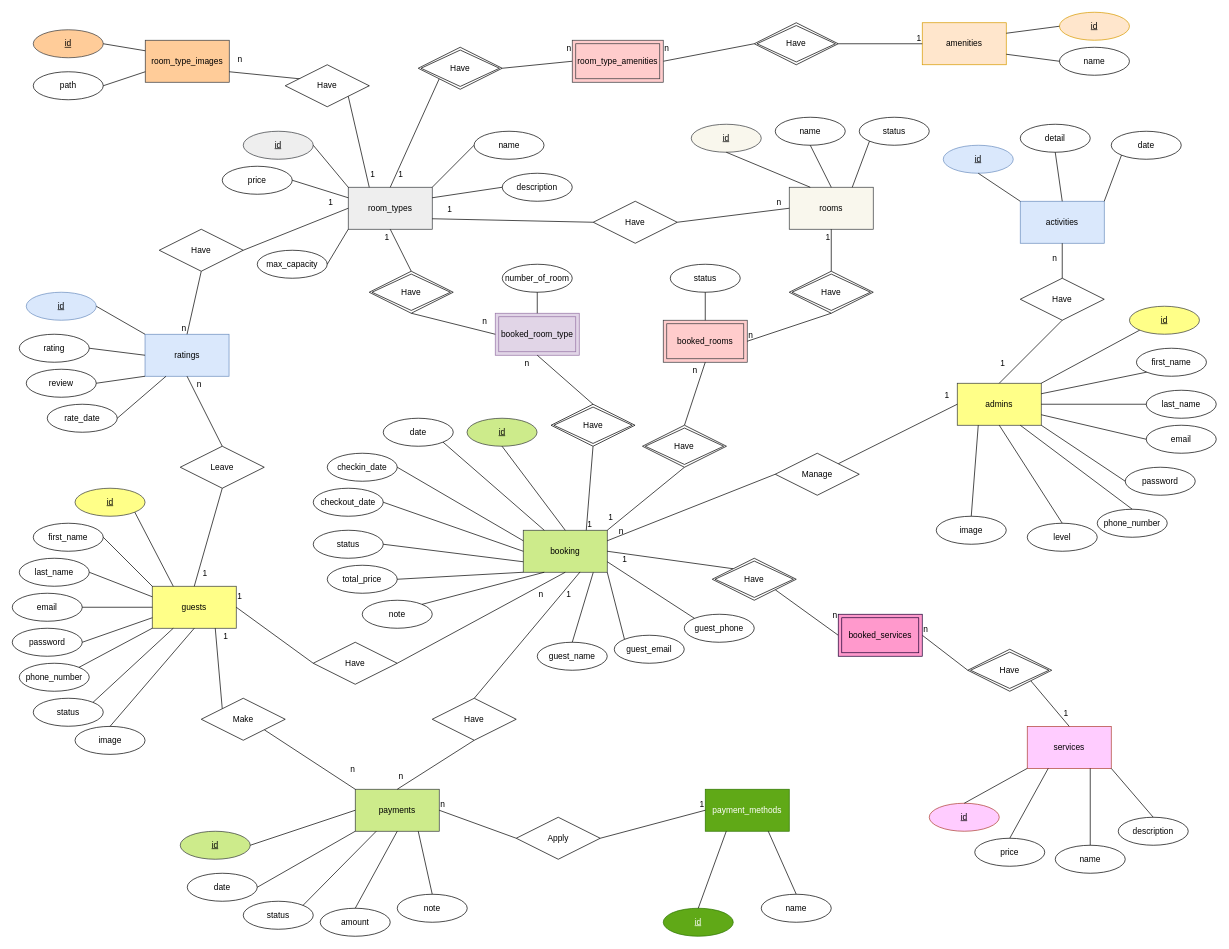
Earlier version of the draw.io diagram db_design/hotel_project2.drawio (tamgtasa2611/hotel_project2). Source tidied: cells renumbered, new cells numbered last; positions are measured from the earlier drawing's top-left corner, leaving out a move shared by most shapes. Both pictures are drawn from the tidied source at 70%, with x=0, y=0 at pixel (12, 12).
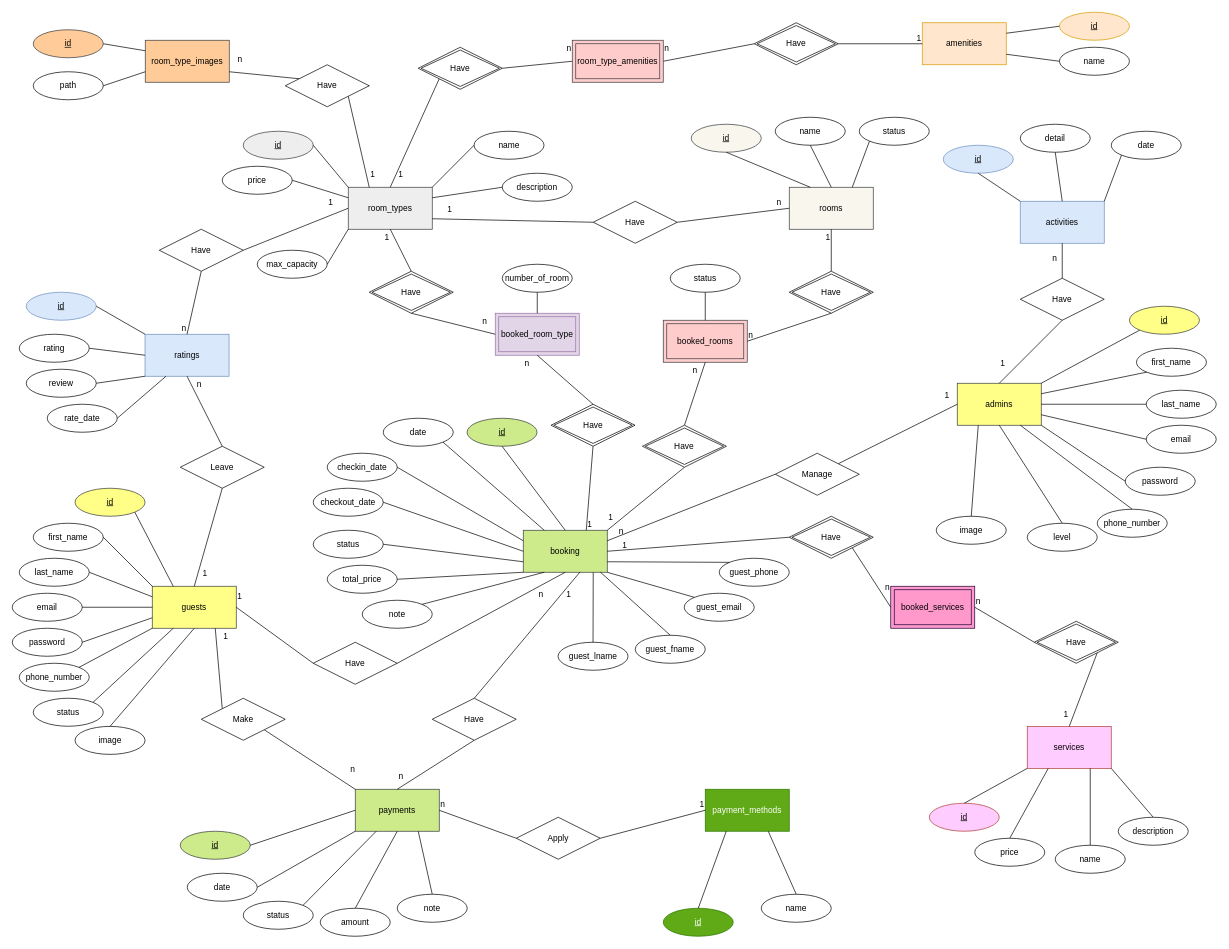
The same diagram, later.

The change refers to these unchanged cells:
```xml
<mxCell id="7" value="booking" style="rounded=0;whiteSpace=wrap;html=1;fillColor=#cdeb8b;strokeColor=#36393d;" parent="1" vertex="1">
  <mxGeometry x="730" y="740" width="120" height="60" as="geometry" />
</mxCell>
```

Diff of the diagram source:
```diff
@@
-    <mxCell id="164" style="endArrow=none;html=1;rounded=0;entryX=0;entryY=0;entryDx=0;entryDy=0;exitX=1;exitY=0.5;exitDx=0;exitDy=0;" parent="1" edge="1" source="7" target="190">
+    <mxCell id="164" style="endArrow=none;html=1;rounded=0;entryX=0;entryY=0.5;entryDx=0;entryDy=0;exitX=1;exitY=0.5;exitDx=0;exitDy=0;" parent="1" edge="1" source="7" target="190">
       <mxGeometry relative="1" as="geometry" />
     </mxCell>
     <mxCell id="165" value="1" style="html=1;whiteSpace=wrap;align=left;verticalAlign=bottom;" parent="164" vertex="1">
       <mxGeometry x="-1" relative="1" as="geometry">
-        <mxPoint x="20" y="20" as="offset" />
+        <mxPoint x="20" as="offset" />
       </mxGeometry>
     </mxCell>
@@
     <mxCell id="187" value="booked_services" style="shape=ext;margin=3;double=1;whiteSpace=wrap;html=1;align=center;fillColor=#ff99cc;strokeColor=#190033;" parent="1" vertex="1">
-      <mxGeometry x="1180" y="860" width="120" height="60" as="geometry" />
+      <mxGeometry x="1255" y="820" width="120" height="60" as="geometry" />
     </mxCell>
@@
     <mxCell id="190" value="Have" style="shape=rhombus;double=1;perimeter=rhombusPerimeter;whiteSpace=wrap;html=1;align=center;" parent="1" vertex="1">
-      <mxGeometry x="1000" y="780" width="120" height="60" as="geometry" />
+      <mxGeometry x="1110" y="720" width="120" height="60" as="geometry" />
     </mxCell>
     <mxCell id="191" value="Have" style="shape=rhombus;double=1;perimeter=rhombusPerimeter;whiteSpace=wrap;html=1;align=center;" parent="1" vertex="1">
-      <mxGeometry x="1365" y="910" width="120" height="60" as="geometry" />
+      <mxGeometry x="1460" y="870" width="120" height="60" as="geometry" />
     </mxCell>
@@
-    <mxCell id="219" value="guest_name" style="ellipse;whiteSpace=wrap;html=1;align=center;" parent="1" vertex="1">
-      <mxGeometry x="750" y="900" width="100" height="40" as="geometry" />
+    <mxCell id="219" value="guest_lname" style="ellipse;whiteSpace=wrap;html=1;align=center;" parent="1" vertex="1">
+      <mxGeometry x="779.7" y="900" width="100" height="40" as="geometry" />
     </mxCell>
     <mxCell id="220" value="guest_email" style="ellipse;whiteSpace=wrap;html=1;align=center;" parent="1" vertex="1">
-      <mxGeometry x="860" y="890" width="100" height="40" as="geometry" />
+      <mxGeometry x="960" y="830" width="100" height="40" as="geometry" />
     </mxCell>
     <mxCell id="221" value="guest_phone" style="ellipse;whiteSpace=wrap;html=1;align=center;" parent="1" vertex="1">
-      <mxGeometry x="960" y="860" width="100" height="40" as="geometry" />
+      <mxGeometry x="1010" y="780" width="100" height="40" as="geometry" />
     </mxCell>
@@
+    <mxCell id="225" value="guest_fname" style="ellipse;whiteSpace=wrap;html=1;align=center;" parent="1" vertex="1">
+      <mxGeometry x="890" y="890" width="100" height="40" as="geometry" />
+    </mxCell>
+    <mxCell id="226" style="endArrow=none;html=1;rounded=0;exitX=0.5;exitY=0;exitDx=0;exitDy=0;entryX=0.918;entryY=0.997;entryDx=0;entryDy=0;entryPerimeter=0;" parent="1" edge="1" source="225" target="7">
+      <mxGeometry relative="1" as="geometry" />
+    </mxCell>
```
